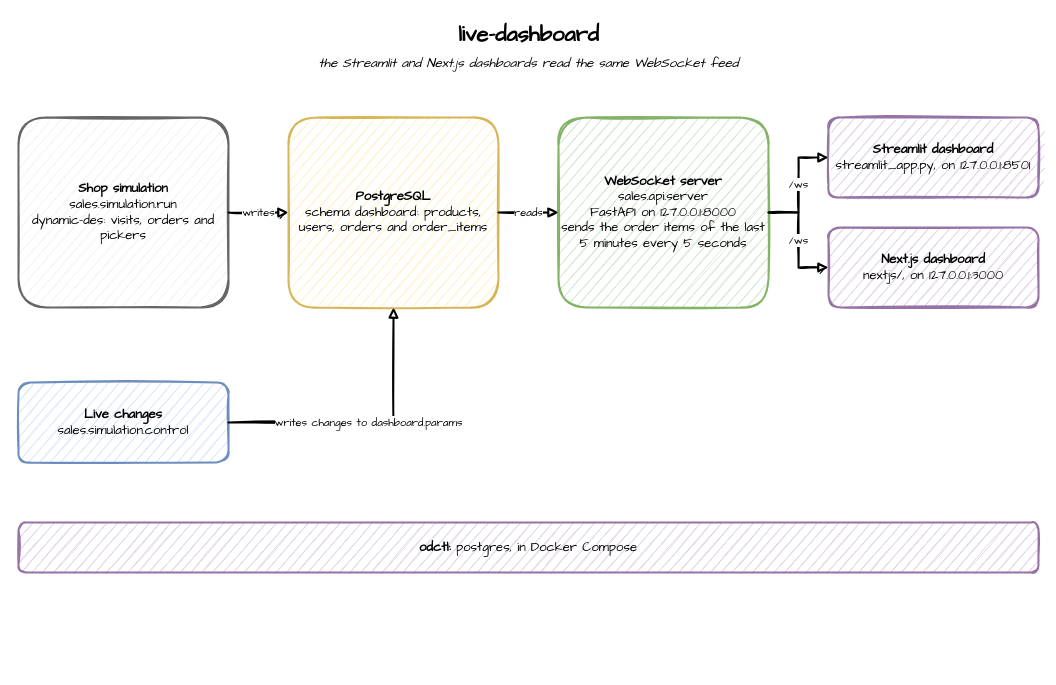
jaehyeon-kim/benchtop keeps this draw.io diagram as live-dashboard/images/architecture.drawio. Above is the earlier version. Source tidied: cells renumbered, new cells numbered last; positions are measured from the earlier drawing's top-left corner, leaving out a move shared by most shapes. Both pictures are drawn from the tidied source at 100%, with x=0, y=0 at pixel (18, 17).
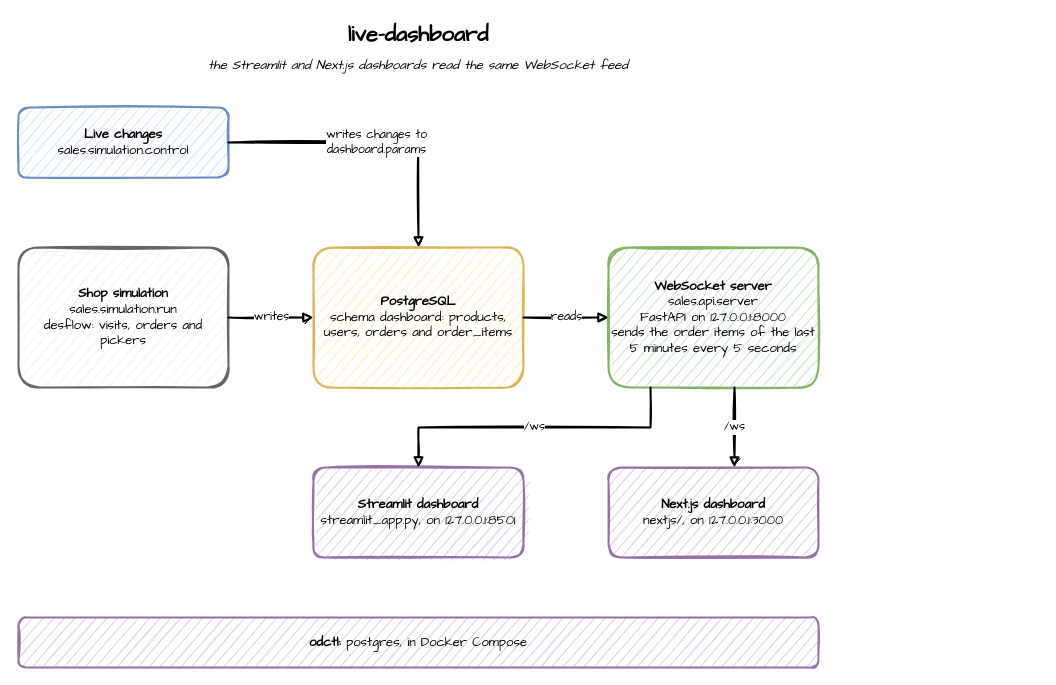
The same diagram, later.

What changed in the source:
```diff
@@
 <mxGraphModel>
   <root>
     <mxCell id="0" />
     <mxCell id="1" parent="0" />
-    <mxCell id="2" value="live-dashboard" style="text;html=1;align=center;verticalAlign=middle;fontFamily=Comic Sans MS;fontSize=22;fontStyle=1;strokeColor=none;fillColor=none;" parent="1" vertex="1">
-      <mxGeometry width="1020" height="36" as="geometry" />
+    <mxCell id="2" value="live-dashboard" style="text;html=1;align=center;verticalAlign=middle;whiteSpace=wrap;fontFamily=Comic Sans MS;fontSize=22;fontStyle=1;strokeColor=none;fillColor=none;" parent="1" vertex="1">
+      <mxGeometry width="800" height="36" as="geometry" />
     </mxCell>
-    <mxCell id="3" value="the Streamlit and Next.js dashboards read the same WebSocket feed" style="text;html=1;align=center;verticalAlign=middle;fontFamily=Comic Sans MS;fontSize=13;fontStyle=2;strokeColor=none;fillColor=none;" parent="1" vertex="1">
-      <mxGeometry y="34" width="1020" height="24" as="geometry" />
+    <mxCell id="3" value="the Streamlit and Next.js dashboards read the same WebSocket feed" style="text;html=1;align=center;verticalAlign=middle;whiteSpace=wrap;fontFamily=Comic Sans MS;fontSize=13;fontStyle=2;strokeColor=none;fillColor=none;" parent="1" vertex="1">
+      <mxGeometry y="36" width="800" height="24" as="geometry" />
     </mxCell>
+    <mxCell id="7" value="&lt;b&gt;Live changes&lt;/b&gt;&lt;br&gt;sales.simulation.control" style="sketch=1;fontFamily=Comic Sans MS;strokeWidth=2;html=1;rounded=1;whiteSpace=wrap;fontSize=13;fillColor=#dae8fc;strokeColor=#6c8ebf;" parent="1" vertex="1">
+      <mxGeometry y="90" width="210" height="70" as="geometry" />
+    </mxCell>
-    <mxCell id="4" value="&lt;b&gt;Shop simulation&lt;/b&gt;&lt;br&gt;sales.simulation.run&lt;br&gt;dynamic-des: visits, orders and pickers" style="sketch=1;fontFamily=Comic Sans MS;strokeWidth=2;html=1;rounded=1;whiteSpace=wrap;fontSize=13;fillColor=#f5f5f5;strokeColor=#666666;" parent="1" vertex="1">
-      <mxGeometry y="100" width="210" height="190" as="geometry" />
+    <mxCell id="4" value="&lt;b&gt;Shop simulation&lt;/b&gt;&lt;br&gt;sales.simulation.run&lt;br&gt;desflow: visits, orders and pickers" style="sketch=1;fontFamily=Comic Sans MS;strokeWidth=2;html=1;rounded=1;whiteSpace=wrap;fontSize=13;fillColor=#f5f5f5;strokeColor=#666666;" parent="1" vertex="1">
+      <mxGeometry y="230" width="210" height="140" as="geometry" />
     </mxCell>
     <mxCell id="5" value="&lt;b&gt;PostgreSQL&lt;/b&gt;&lt;br&gt;schema dashboard: products, users, orders and order_items" style="sketch=1;fontFamily=Comic Sans MS;strokeWidth=2;html=1;rounded=1;whiteSpace=wrap;fontSize=13;fillColor=#fff2cc;strokeColor=#d6b656;" parent="1" vertex="1">
-      <mxGeometry x="270" y="100" width="210" height="190" as="geometry" />
+      <mxGeometry x="295" y="230" width="210" height="140" as="geometry" />
     </mxCell>
     <mxCell id="6" value="&lt;b&gt;WebSocket server&lt;/b&gt;&lt;br&gt;sales.api.server&lt;br&gt;FastAPI on 127.0.0.1:8000&lt;br&gt;sends the order items of the last 5 minutes every 5 seconds" style="sketch=1;fontFamily=Comic Sans MS;strokeWidth=2;html=1;rounded=1;whiteSpace=wrap;fontSize=13;fillColor=#d5e8d4;strokeColor=#82b366;" parent="1" vertex="1">
-      <mxGeometry x="540" y="100" width="210" height="190" as="geometry" />
+      <mxGeometry x="590" y="230" width="210" height="140" as="geometry" />
     </mxCell>
-    <mxCell id="7" value="&lt;b&gt;Live changes&lt;/b&gt;&lt;br&gt;sales.simulation.control" style="sketch=1;fontFamily=Comic Sans MS;strokeWidth=2;html=1;rounded=1;whiteSpace=wrap;fontSize=13;fillColor=#dae8fc;strokeColor=#6c8ebf;" parent="1" vertex="1">
-      <mxGeometry y="365" width="210" height="80" as="geometry" />
-    </mxCell>
-    <mxCell id="8" value="&lt;b&gt;odctl:&lt;/b&gt; postgres, in Docker Compose" style="sketch=1;fontFamily=Comic Sans MS;strokeWidth=2;html=1;rounded=1;whiteSpace=wrap;fontSize=13;fillColor=#e1d5e7;strokeColor=#9673a6;" parent="1" vertex="1">
-      <mxGeometry y="505" width="1020" height="50" as="geometry" />
-    </mxCell>
-    <mxCell id="9" value="&lt;b&gt;Streamlit dashboard&lt;/b&gt;&lt;br&gt;streamlit_app.py, on 127.0.0.1:8501" style="sketch=1;fontFamily=Comic Sans MS;strokeWidth=2;html=1;rounded=1;whiteSpace=wrap;fontSize=13;fillColor=#e1d5e7;strokeColor=#9673a6;" parent="1" vertex="1">
-      <mxGeometry x="810" y="100" width="210" height="80" as="geometry" />
-    </mxCell>
-    <mxCell id="10" value="&lt;b&gt;Next.js dashboard&lt;/b&gt;&lt;br&gt;nextjs/, on 127.0.0.1:3000" style="sketch=1;fontFamily=Comic Sans MS;strokeWidth=2;html=1;rounded=1;whiteSpace=wrap;fontSize=13;fillColor=#e1d5e7;strokeColor=#9673a6;" parent="1" vertex="1">
-      <mxGeometry x="810" y="210" width="210" height="80" as="geometry" />
-    </mxCell>
-    <mxCell id="11" value="writes" style="sketch=1;fontFamily=Comic Sans MS;strokeWidth=2;html=1;edgeStyle=orthogonalEdgeStyle;rounded=0;endArrow=block;endFill=1;fontSize=11;labelBackgroundColor=#ffffff;exitX=1;exitY=0.5;entryX=0;entryY=0.5;" parent="1" edge="1" source="4" target="5">
+    <mxCell id="11" value="writes" style="sketch=1;fontFamily=Comic Sans MS;strokeWidth=2;html=1;edgeStyle=orthogonalEdgeStyle;rounded=0;endArrow=block;endFill=1;fontSize=12;labelBackgroundColor=#ffffff;exitX=1;exitY=0.5;entryX=0;entryY=0.5;" parent="1" edge="1" source="4" target="5">
       <mxGeometry relative="1" as="geometry" />
     </mxCell>
-    <mxCell id="12" value="reads" style="sketch=1;fontFamily=Comic Sans MS;strokeWidth=2;html=1;edgeStyle=orthogonalEdgeStyle;rounded=0;endArrow=block;endFill=1;fontSize=11;labelBackgroundColor=#ffffff;exitX=1;exitY=0.5;entryX=0;entryY=0.5;" parent="1" edge="1" source="5" target="6">
+    <mxCell id="12" value="reads" style="sketch=1;fontFamily=Comic Sans MS;strokeWidth=2;html=1;edgeStyle=orthogonalEdgeStyle;rounded=0;endArrow=block;endFill=1;fontSize=12;labelBackgroundColor=#ffffff;exitX=1;exitY=0.5;entryX=0;entryY=0.5;" parent="1" edge="1" source="5" target="6">
       <mxGeometry relative="1" as="geometry" />
     </mxCell>
-    <mxCell id="13" value="writes changes to dashboard.params" style="sketch=1;fontFamily=Comic Sans MS;strokeWidth=2;html=1;edgeStyle=orthogonalEdgeStyle;rounded=0;endArrow=block;endFill=1;fontSize=11;labelBackgroundColor=#ffffff;exitX=1;exitY=0.5;entryX=0.5;entryY=1;" parent="1" edge="1" source="7" target="5">
+    <mxCell id="13" value="writes changes to&lt;br&gt;dashboard.params" style="sketch=1;fontFamily=Comic Sans MS;strokeWidth=2;html=1;edgeStyle=orthogonalEdgeStyle;rounded=0;endArrow=block;endFill=1;fontSize=12;labelBackgroundColor=#ffffff;exitX=1;exitY=0.5;entryX=0.5;entryY=0;" parent="1" edge="1" source="7" target="5">
       <mxGeometry relative="1" as="geometry" />
     </mxCell>
+    <mxCell id="9" value="&lt;b&gt;Streamlit dashboard&lt;/b&gt;&lt;br&gt;streamlit_app.py, on 127.0.0.1:8501" style="sketch=1;fontFamily=Comic Sans MS;strokeWidth=2;html=1;rounded=1;whiteSpace=wrap;fontSize=13;fillColor=#e1d5e7;strokeColor=#9673a6;" parent="1" vertex="1">
+      <mxGeometry x="295" y="450" width="210" height="90" as="geometry" />
+    </mxCell>
-    <mxCell id="14" value="/ws" style="sketch=1;fontFamily=Comic Sans MS;strokeWidth=2;html=1;edgeStyle=orthogonalEdgeStyle;rounded=0;endArrow=block;endFill=1;fontSize=11;labelBackgroundColor=#ffffff;entryX=0;entryY=0.5;" parent="1" edge="1" source="6" target="9">
-      <mxGeometry relative="1" as="geometry" />
+    <mxCell id="14" value="/ws" style="sketch=1;fontFamily=Comic Sans MS;strokeWidth=2;html=1;edgeStyle=orthogonalEdgeStyle;rounded=0;endArrow=block;endFill=1;fontSize=12;labelBackgroundColor=#ffffff;exitX=0.2;exitY=1;entryX=0.5;entryY=0;" parent="1" edge="1" source="6" target="9">
+      <mxGeometry relative="1" as="geometry">
+        <Array as="points">
+          <mxPoint x="632" y="410" />
+          <mxPoint x="400" y="410" />
+        </Array>
+      </mxGeometry>
     </mxCell>
+    <mxCell id="10" value="&lt;b&gt;Next.js dashboard&lt;/b&gt;&lt;br&gt;nextjs/, on 127.0.0.1:3000" style="sketch=1;fontFamily=Comic Sans MS;strokeWidth=2;html=1;rounded=1;whiteSpace=wrap;fontSize=13;fillColor=#e1d5e7;strokeColor=#9673a6;" parent="1" vertex="1">
+      <mxGeometry x="590" y="450" width="210" height="90" as="geometry" />
+    </mxCell>
-    <mxCell id="15" value="/ws" style="sketch=1;fontFamily=Comic Sans MS;strokeWidth=2;html=1;edgeStyle=orthogonalEdgeStyle;rounded=0;endArrow=block;endFill=1;fontSize=11;labelBackgroundColor=#ffffff;entryX=0;entryY=0.5;" parent="1" edge="1" source="6" target="10">
+    <mxCell id="15" value="/ws" style="sketch=1;fontFamily=Comic Sans MS;strokeWidth=2;html=1;edgeStyle=orthogonalEdgeStyle;rounded=0;endArrow=block;endFill=1;fontSize=12;labelBackgroundColor=#ffffff;exitX=0.6;exitY=1;entryX=0.6;entryY=0;" parent="1" edge="1" source="6" target="10">
       <mxGeometry relative="1" as="geometry" />
     </mxCell>
+    <mxCell id="8" value="&lt;b&gt;odctl:&lt;/b&gt; postgres, in Docker Compose" style="sketch=1;fontFamily=Comic Sans MS;strokeWidth=2;html=1;rounded=1;whiteSpace=wrap;fontSize=13;fillColor=#e1d5e7;strokeColor=#9673a6;" parent="1" vertex="1">
+      <mxGeometry y="600" width="800" height="50" as="geometry" />
+    </mxCell>
   </root>
 </mxGraphModel>
```
